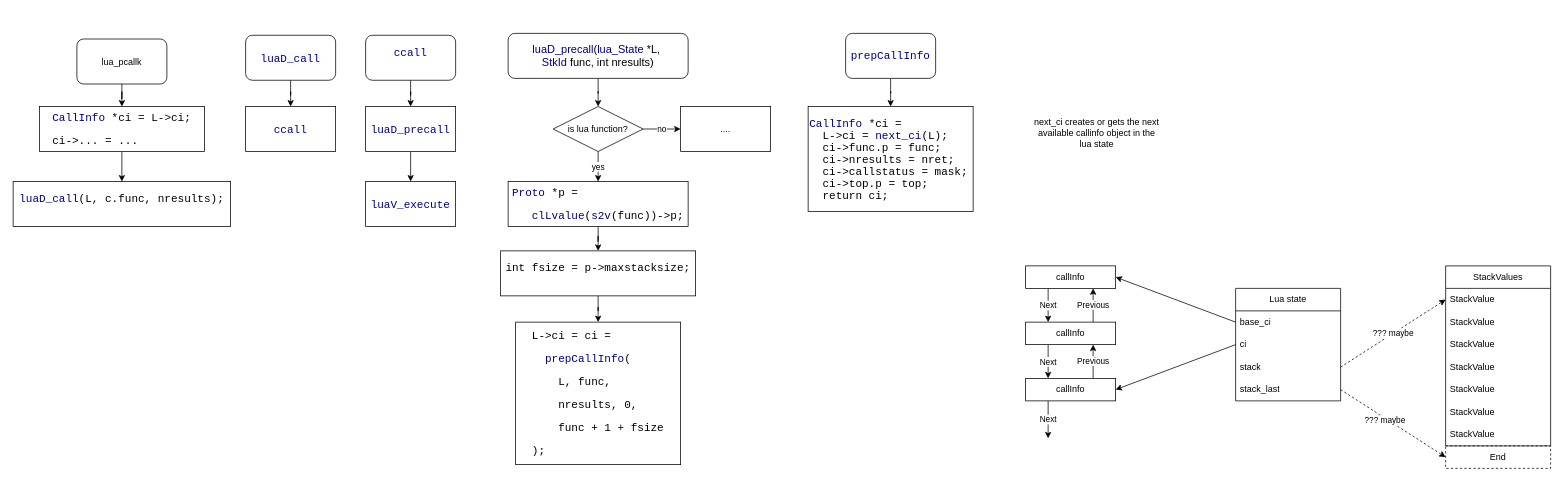
The draw.io diagram lua-notes.drawio in JE-FH/LVM, before the edit. Source tidied: cells renumbered, new cells numbered last; positions are measured from the earlier drawing's top-left corner, leaving out a move shared by most shapes. Both pictures are drawn from the tidied source at 75%, with x=0, y=0 at pixel (13, 33).
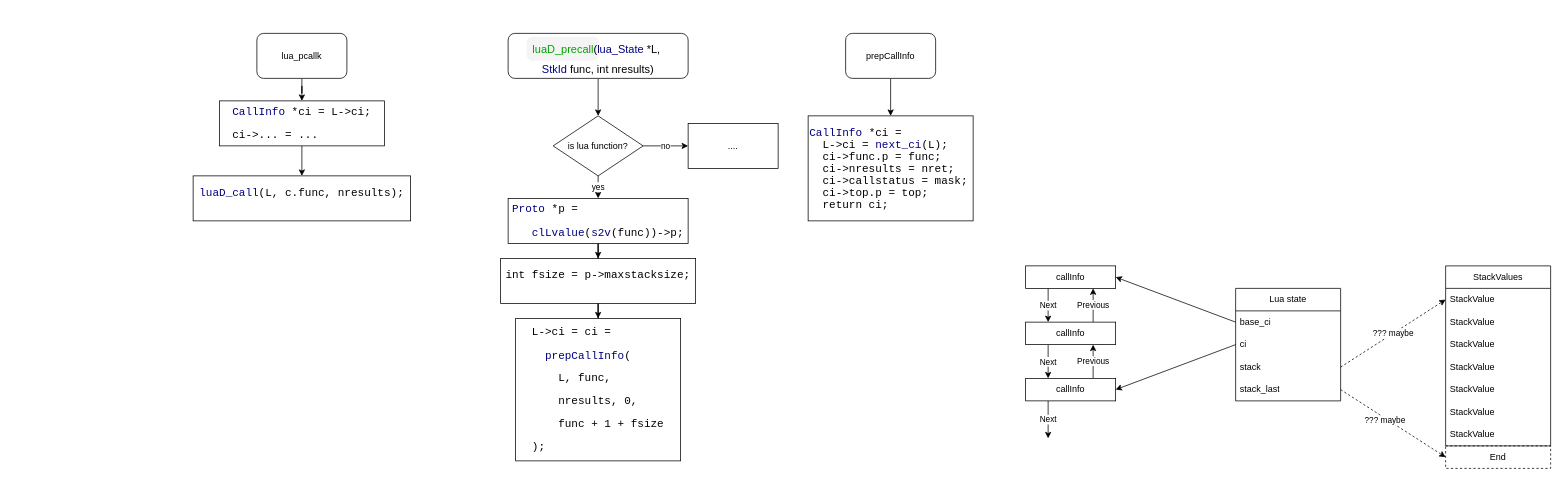
The same page after the edit.

What changed in the source:
```diff
@@
     <mxCell id="3" value="lua_pcallk" style="rounded=1;whiteSpace=wrap;html=1;" parent="1" vertex="1">
-      <mxGeometry x="85" y="7.5" width="120" height="60" as="geometry" />
+      <mxGeometry x="325" width="120" height="60" as="geometry" />
     </mxCell>
@@
     <mxCell id="5" value="&lt;pre style=&quot;font-size: 11pt; line-height: normal; text-align: justify;&quot;&gt;&lt;a style=&quot;text-decoration-line: none; color: rgb(0, 0, 128);&quot; href=&quot;https://www.lua.org/source/5.4/lstate.h.html#CallInfo&quot;&gt;CallInfo&lt;/a&gt; *ci = L-&amp;gt;ci;&lt;/pre&gt;&lt;pre style=&quot;font-size: 11pt; line-height: normal; text-align: justify;&quot;&gt;ci-&amp;gt;... = ...&lt;/pre&gt;" style="rounded=0;whiteSpace=wrap;html=1;" parent="1" vertex="1">
-      <mxGeometry x="35" y="97.5" width="220" height="60" as="geometry" />
+      <mxGeometry x="275" y="90" width="220" height="60" as="geometry" />
     </mxCell>
     <mxCell id="6" value="&#10;&lt;pre style=&quot;font-size: 11pt; line-height: normal; color: rgb(0, 0, 0); font-style: normal; font-variant-ligatures: normal; font-variant-caps: normal; font-weight: 400; letter-spacing: normal; orphans: 2; text-align: justify; text-indent: 0px; text-transform: none; widows: 2; word-spacing: 0px; -webkit-text-stroke-width: 0px; text-decoration-thickness: initial; text-decoration-style: initial; text-decoration-color: initial;&quot;&gt;&lt;a style=&quot;text-decoration: none; color: rgb(0, 0, 128);&quot; href=&quot;https://www.lua.org/source/5.4/ldo.c.html#luaD_call&quot;&gt;luaD_call&lt;/a&gt;(L, c.func, nresults);&lt;/pre&gt;&#10;&#10;" style="rounded=0;whiteSpace=wrap;html=1;" parent="1" vertex="1">
-      <mxGeometry y="197.5" width="290" height="60" as="geometry" />
+      <mxGeometry x="240" y="190" width="290" height="60" as="geometry" />
     </mxCell>
@@
-    <mxCell id="8" value="&lt;a style=&quot;font-size: 11pt; text-align: justify; background-color: initial; text-decoration-line: none; color: rgb(0, 0, 128);&quot; href=&quot;https://www.lua.org/source/5.4/ldo.c.html#luaD_precall&quot;&gt;luaD_precall&lt;/a&gt;&lt;span style=&quot;font-size: 11pt; text-align: justify; background-color: initial;&quot;&gt;(&lt;/span&gt;&lt;a style=&quot;background-color: initial; font-size: 11pt; text-align: justify; text-decoration-line: none; color: rgb(0, 0, 128);&quot; href=&quot;https://www.lua.org/source/5.4/lstate.h.html#lua_State&quot;&gt;lua_State&lt;/a&gt;&lt;span style=&quot;background-color: initial; font-size: 11pt; text-align: justify;&quot;&gt; *L,&amp;nbsp;&lt;/span&gt;&lt;div&gt;&lt;a style=&quot;font-size: 11pt; text-align: justify; background-color: initial; text-decoration-line: none; color: rgb(0, 0, 128);&quot; href=&quot;https://www.lua.org/source/5.4/lobject.h.html#StkId&quot;&gt;StkId&lt;/a&gt;&lt;span style=&quot;font-size: 11pt; text-align: justify; background-color: initial;&quot;&gt; func, int&amp;nbsp;&lt;/span&gt;&lt;span style=&quot;background-color: initial; font-size: 11pt; text-align: justify;&quot;&gt;nresults&lt;/span&gt;&lt;span style=&quot;background-color: initial; font-size: 11pt; text-align: justify;&quot;&gt;)&lt;/span&gt;&lt;/div&gt;" style="rounded=1;whiteSpace=wrap;html=1;" parent="1" vertex="1">
+    <mxCell id="8" value="&lt;a style=&quot;font-size: 11pt; text-align: justify; background-color: rgba(240, 240, 240, 0.7); margin: -8px; padding: 8px; border-radius: 8px; outline: none; line-height: 2.5em;&quot; name=&quot;luaD_precall&quot;&gt;&lt;span style=&quot;color: rgb(0, 165, 0);&quot; class=&quot;definition&quot;&gt;luaD_precall&lt;/span&gt;&lt;/a&gt;&lt;span style=&quot;font-size: 11pt; text-align: justify; background-color: initial;&quot;&gt;(&lt;/span&gt;&lt;a style=&quot;background-color: initial; font-size: 11pt; text-align: justify; text-decoration-line: none; color: rgb(0, 0, 128);&quot; href=&quot;https://www.lua.org/source/5.4/lstate.h.html#lua_State&quot;&gt;lua_State&lt;/a&gt;&lt;span style=&quot;background-color: initial; font-size: 11pt; text-align: justify;&quot;&gt; *L,&amp;nbsp;&lt;/span&gt;&lt;div&gt;&lt;a style=&quot;font-size: 11pt; text-align: justify; background-color: initial; text-decoration-line: none; color: rgb(0, 0, 128);&quot; href=&quot;https://www.lua.org/source/5.4/lobject.h.html#StkId&quot;&gt;StkId&lt;/a&gt;&lt;span style=&quot;font-size: 11pt; text-align: justify; background-color: initial;&quot;&gt; func, int&amp;nbsp;&lt;/span&gt;&lt;span style=&quot;background-color: initial; font-size: 11pt; text-align: justify;&quot;&gt;nresults&lt;/span&gt;&lt;span style=&quot;background-color: initial; font-size: 11pt; text-align: justify;&quot;&gt;)&lt;/span&gt;&lt;/div&gt;" style="rounded=1;whiteSpace=wrap;html=1;" parent="1" vertex="1">
       <mxGeometry x="660" width="240" height="60" as="geometry" />
     </mxCell>
@@
     <mxCell id="11" value="is lua function?" style="rhombus;whiteSpace=wrap;html=1;" parent="1" vertex="1">
-      <mxGeometry x="720" y="97.5" width="120" height="60" as="geometry" />
+      <mxGeometry x="720" y="110" width="120" height="80" as="geometry" />
     </mxCell>
     <mxCell id="12" value="...." style="rounded=0;whiteSpace=wrap;html=1;" parent="1" vertex="1">
-      <mxGeometry x="890" y="97.5" width="120" height="60" as="geometry" />
+      <mxGeometry x="900" y="120" width="120" height="60" as="geometry" />
     </mxCell>
     <mxCell id="13" value="&lt;pre style=&quot;font-size: 11pt; line-height: normal; text-align: justify;&quot;&gt;L-&amp;gt;ci = ci = &lt;/pre&gt;&lt;pre style=&quot;font-size: 11pt; line-height: normal; text-align: justify;&quot;&gt;  &lt;a style=&quot;text-decoration-line: none; color: rgb(0, 0, 128);&quot; href=&quot;https://www.lua.org/source/5.4/ldo.c.html#prepCallInfo&quot;&gt;prepCallInfo&lt;/a&gt;(&lt;/pre&gt;&lt;pre style=&quot;font-size: 11pt; line-height: normal; text-align: justify;&quot;&gt;    L, func, &lt;/pre&gt;&lt;pre style=&quot;font-size: 11pt; line-height: normal; text-align: justify;&quot;&gt;    nresults, 0, &lt;/pre&gt;&lt;pre style=&quot;font-size: 11pt; line-height: normal; text-align: justify;&quot;&gt;    func + 1 + fsize&lt;/pre&gt;&lt;pre style=&quot;font-size: 11pt; line-height: normal; text-align: justify;&quot;&gt;);&lt;/pre&gt;" style="rounded=0;whiteSpace=wrap;html=1;" parent="1" vertex="1">
-      <mxGeometry x="670" y="385" width="220" height="190" as="geometry" />
+      <mxGeometry x="670" y="380" width="220" height="190" as="geometry" />
     </mxCell>
@@
     <mxCell id="15" value="&#10;&lt;pre style=&quot;font-size: 11pt; line-height: normal; color: rgb(0, 0, 0); font-style: normal; font-variant-ligatures: normal; font-variant-caps: normal; font-weight: 400; letter-spacing: normal; orphans: 2; text-align: justify; text-indent: 0px; text-transform: none; widows: 2; word-spacing: 0px; -webkit-text-stroke-width: 0px; text-decoration-thickness: initial; text-decoration-style: initial; text-decoration-color: initial;&quot;&gt;int fsize = p-&amp;gt;maxstacksize;&lt;/pre&gt;&#10;&#10;" style="rounded=0;whiteSpace=wrap;html=1;" parent="1" vertex="1">
-      <mxGeometry x="650" y="290" width="260" height="60" as="geometry" />
+      <mxGeometry x="650" y="300" width="260" height="60" as="geometry" />
     </mxCell>
@@
     <mxCell id="17" value="&lt;br&gt;&lt;pre style=&quot;font-size: 11pt; line-height: normal; color: rgb(0, 0, 0); font-style: normal; font-variant-ligatures: normal; font-variant-caps: normal; font-weight: 400; letter-spacing: normal; orphans: 2; text-align: justify; text-indent: 0px; text-transform: none; widows: 2; word-spacing: 0px; -webkit-text-stroke-width: 0px; text-decoration-thickness: initial; text-decoration-style: initial; text-decoration-color: initial;&quot;&gt;&lt;a style=&quot;text-decoration: none; color: rgb(0, 0, 128);&quot; href=&quot;https://www.lua.org/source/5.4/lobject.h.html#Proto&quot;&gt;Proto&lt;/a&gt; *p =&lt;/pre&gt;&lt;pre style=&quot;font-size: 11pt; line-height: normal; color: rgb(0, 0, 0); font-style: normal; font-variant-ligatures: normal; font-variant-caps: normal; font-weight: 400; letter-spacing: normal; orphans: 2; text-align: justify; text-indent: 0px; text-transform: none; widows: 2; word-spacing: 0px; -webkit-text-stroke-width: 0px; text-decoration-thickness: initial; text-decoration-style: initial; text-decoration-color: initial;&quot;&gt;   &lt;a style=&quot;text-decoration: none; color: rgb(0, 0, 128);&quot; href=&quot;https://www.lua.org/source/5.4/lobject.h.html#clLvalue&quot;&gt;clLvalue&lt;/a&gt;(&lt;a style=&quot;text-decoration: none; color: rgb(0, 0, 128);&quot; href=&quot;https://www.lua.org/source/5.4/lobject.h.html#s2v&quot;&gt;s2v&lt;/a&gt;(func))-&amp;gt;p;&lt;/pre&gt;&lt;div&gt;&lt;br/&gt;&lt;/div&gt;" style="rounded=0;whiteSpace=wrap;html=1;" parent="1" vertex="1">
-      <mxGeometry x="660" y="197.5" width="240" height="60" as="geometry" />
+      <mxGeometry x="660" y="220" width="240" height="60" as="geometry" />
     </mxCell>
@@
-    <mxCell id="19" value="&lt;pre style=&quot;font-size: 11pt; line-height: normal; text-align: justify;&quot;&gt;&lt;a style=&quot;text-decoration-line: none; color: rgb(0, 0, 128);&quot; href=&quot;https://www.lua.org/source/5.4/ldo.c.html#prepCallInfo&quot;&gt;prepCallInfo&lt;/a&gt;&lt;/pre&gt;" style="rounded=1;whiteSpace=wrap;html=1;" parent="1" vertex="1">
+    <mxCell id="19" value="prepCallInfo" style="rounded=1;whiteSpace=wrap;html=1;" parent="1" vertex="1">
       <mxGeometry x="1110" width="120" height="60" as="geometry" />
     </mxCell>
     <mxCell id="20" value="&lt;pre style=&quot;font-size: 11pt; line-height: normal;&quot;&gt;&lt;a href=&quot;https://www.lua.org/source/5.4/lstate.h.html#CallInfo&quot; style=&quot;text-decoration-line: none; color: rgb(0, 0, 128);&quot;&gt;CallInfo&lt;/a&gt; *ci = &lt;br&gt;  L-&amp;gt;ci = &lt;a href=&quot;https://www.lua.org/source/5.4/ldo.c.html#next_ci&quot; style=&quot;text-decoration-line: none; color: rgb(0, 0, 128);&quot;&gt;next_ci&lt;/a&gt;(L);&lt;br&gt;  ci-&amp;gt;func.p = func;&lt;br&gt;  ci-&amp;gt;nresults = nret;&lt;br&gt;  ci-&amp;gt;callstatus = mask;&lt;br&gt;  ci-&amp;gt;top.p = top;&lt;br&gt;  return ci;&lt;/pre&gt;" style="rounded=0;whiteSpace=wrap;html=1;align=left;" parent="1" vertex="1">
-      <mxGeometry x="1060" y="97.5" width="220" height="140" as="geometry" />
+      <mxGeometry x="1060" y="110" width="220" height="140" as="geometry" />
     </mxCell>
@@
-    <mxCell id="48" value="next_ci creates or gets the next available callinfo object in the lua state" style="text;html=1;align=center;verticalAlign=middle;whiteSpace=wrap;rounded=0;" parent="1" vertex="1">
-      <mxGeometry x="1360" y="105" width="170" height="55" as="geometry" />
-    </mxCell>
-    <mxCell id="49" style="edgeStyle=orthogonalEdgeStyle;rounded=0;jettySize=auto;html=1;" parent="1" edge="1" source="50" target="51">
-      <mxGeometry relative="1" as="geometry" />
-    </mxCell>
-    <mxCell id="50" value="&lt;pre style=&quot;forced-color-adjust: none; color: rgb(0, 0, 0); font-style: normal; font-variant-ligatures: normal; font-variant-caps: normal; font-weight: 400; letter-spacing: normal; orphans: 2; text-indent: 0px; text-transform: none; widows: 2; word-spacing: 0px; -webkit-text-stroke-width: 0px; background-color: rgb(251, 251, 251); text-decoration-thickness: initial; text-decoration-style: initial; text-decoration-color: initial; font-size: 11pt; line-height: normal; text-align: justify;&quot;&gt;&lt;a style=&quot;forced-color-adjust: none; text-decoration: none; color: rgb(0, 0, 128);&quot; href=&quot;https://www.lua.org/source/5.4/ldo.c.html#luaD_call&quot;&gt;luaD_call&lt;/a&gt;&lt;/pre&gt;" style="rounded=1;whiteSpace=wrap;html=1;" parent="1" vertex="1">
-      <mxGeometry x="310" y="2.5" width="120" height="60" as="geometry" />
-    </mxCell>
-    <mxCell id="51" value="&lt;br&gt;&lt;pre style=&quot;font-size: 11pt; line-height: normal; color: rgb(0, 0, 0); font-style: normal; font-variant-ligatures: normal; font-variant-caps: normal; font-weight: 400; letter-spacing: normal; orphans: 2; text-align: justify; text-indent: 0px; text-transform: none; widows: 2; word-spacing: 0px; -webkit-text-stroke-width: 0px; text-decoration-thickness: initial; text-decoration-style: initial; text-decoration-color: initial;&quot;&gt;&lt;a style=&quot;text-decoration: none; color: rgb(0, 0, 128);&quot; href=&quot;https://www.lua.org/source/5.4/ldo.c.html#ccall&quot;&gt;ccall&lt;/a&gt;&lt;/pre&gt;&lt;div&gt;&lt;br/&gt;&lt;/div&gt;" style="rounded=0;whiteSpace=wrap;html=1;" parent="1" vertex="1">
-      <mxGeometry x="310" y="97.5" width="120" height="60" as="geometry" />
-    </mxCell>
-    <mxCell id="52" style="edgeStyle=orthogonalEdgeStyle;rounded=0;jettySize=auto;html=1;" parent="1" edge="1" source="53" target="55">
-      <mxGeometry relative="1" as="geometry" />
-    </mxCell>
-    <mxCell id="53" value="&#10;&lt;pre style=&quot;forced-color-adjust: none; font-size: 11pt; line-height: normal; color: rgb(0, 0, 0); font-style: normal; font-variant-ligatures: normal; font-variant-caps: normal; font-weight: 400; letter-spacing: normal; orphans: 2; text-align: justify; text-indent: 0px; text-transform: none; widows: 2; word-spacing: 0px; -webkit-text-stroke-width: 0px; text-decoration-thickness: initial; text-decoration-style: initial; text-decoration-color: initial;&quot;&gt;&lt;a style=&quot;forced-color-adjust: none; text-decoration: none; color: rgb(0, 0, 128);&quot; href=&quot;https://www.lua.org/source/5.4/ldo.c.html#ccall&quot;&gt;&lt;br class=&quot;Apple-interchange-newline&quot;&gt;ccall&lt;/a&gt;&lt;/pre&gt;&lt;div style=&quot;forced-color-adjust: none;&quot;&gt;&lt;br style=&quot;forced-color-adjust: none; color: rgb(0, 0, 0); font-family: Helvetica; font-size: 12px; font-style: normal; font-variant-ligatures: normal; font-variant-caps: normal; font-weight: 400; letter-spacing: normal; orphans: 2; text-align: center; text-indent: 0px; text-transform: none; widows: 2; word-spacing: 0px; -webkit-text-stroke-width: 0px; white-space: normal; background-color: rgb(251, 251, 251); text-decoration-thickness: initial; text-decoration-style: initial; text-decoration-color: initial;&quot;&gt;&#10;&#10;&lt;/div&gt;" style="rounded=1;whiteSpace=wrap;html=1;" parent="1" vertex="1">
-      <mxGeometry x="470" y="2.5" width="120" height="60" as="geometry" />
-    </mxCell>
-    <mxCell id="54" style="edgeStyle=orthogonalEdgeStyle;rounded=0;jettySize=auto;html=1;" parent="1" edge="1" source="55" target="56">
-      <mxGeometry relative="1" as="geometry" />
-    </mxCell>
-    <mxCell id="55" value="&lt;pre style=&quot;font-size: 11pt; line-height: normal; color: rgb(0, 0, 0); font-style: normal; font-variant-ligatures: normal; font-variant-caps: normal; font-weight: 400; letter-spacing: normal; orphans: 2; text-align: justify; text-indent: 0px; text-transform: none; widows: 2; word-spacing: 0px; -webkit-text-stroke-width: 0px; text-decoration-thickness: initial; text-decoration-style: initial; text-decoration-color: initial;&quot;&gt;&lt;a style=&quot;text-decoration: none; color: rgb(0, 0, 128);&quot; href=&quot;https://www.lua.org/source/5.4/ldo.c.html#luaD_precall&quot;&gt;luaD_precall&lt;/a&gt;&lt;/pre&gt;" style="rounded=0;whiteSpace=wrap;html=1;" parent="1" vertex="1">
-      <mxGeometry x="470" y="97.5" width="120" height="60" as="geometry" />
-    </mxCell>
-    <mxCell id="56" value="&lt;pre style=&quot;font-size: 11pt; line-height: normal; text-align: justify;&quot;&gt;&lt;a style=&quot;text-decoration-line: none; color: rgb(0, 0, 128);&quot; href=&quot;https://www.lua.org/source/5.4/lvm.c.html#luaV_execute&quot;&gt;luaV_execute&lt;/a&gt;&lt;/pre&gt;" style="rounded=0;whiteSpace=wrap;html=1;" parent="1" vertex="1">
-      <mxGeometry x="470" y="197.5" width="120" height="60" as="geometry" />
-    </mxCell>
```
